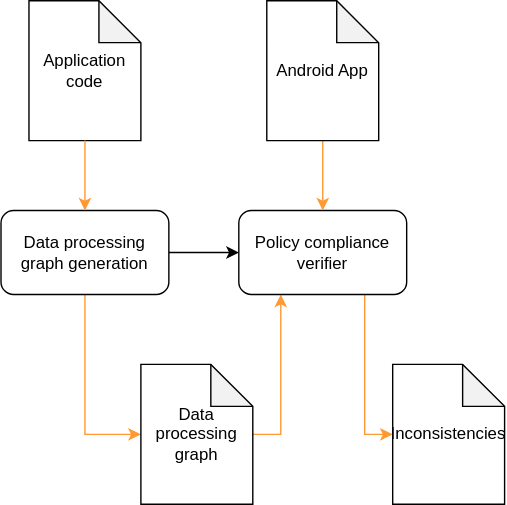
The draw.io diagram Analysis/artifactmodel/visualizsations/approach_visualization/poster__a_systems_approach_to_gdpr_compliance_by_design_in_web_development_stacks.drawio.svg in angrymeir/Evaluating-Contemporary-Approaches-for-Automated-Compliance-Checks-of-Software-intensive-Systems, before a commit. Source tidied: cells renumbered, new cells last; positions are measured from the earlier drawing's top-left corner, leaving out a move shared by most shapes. Source of this version:
```xml
<mxGraphModel>
  <root>
    <mxCell id="0" />
    <mxCell id="1" parent="0" />
    <mxCell id="2" style="edgeStyle=orthogonalEdgeStyle;rounded=0;jettySize=auto;html=1;strokeColor=#FF9933;" parent="1" edge="1" source="4" target="7">
      <mxGeometry relative="1" as="geometry">
        <Array as="points">
          <mxPoint x="60" y="310" />
        </Array>
      </mxGeometry>
    </mxCell>
    <mxCell id="3" style="edgeStyle=orthogonalEdgeStyle;rounded=0;jettySize=auto;html=1;entryX=0;entryY=0.5;entryDx=0;entryDy=0;" parent="1" edge="1" source="4" target="10">
      <mxGeometry relative="1" as="geometry" />
    </mxCell>
    <mxCell id="4" value="Data processing graph generation" style="rounded=1;whiteSpace=wrap;html=1;" parent="1" vertex="1">
      <mxGeometry y="150" width="120" height="60" as="geometry" />
    </mxCell>
    <mxCell id="5" value="Application code" style="shape=note;whiteSpace=wrap;html=1;backgroundOutline=1;darkOpacity=0.05;" parent="1" vertex="1">
      <mxGeometry x="20" width="80" height="100" as="geometry" />
    </mxCell>
    <mxCell id="6" style="edgeStyle=orthogonalEdgeStyle;rounded=0;jettySize=auto;html=1;entryX=0.25;entryY=1;entryDx=0;entryDy=0;strokeColor=#FF9933;" parent="1" edge="1" source="7" target="10">
      <mxGeometry relative="1" as="geometry">
        <Array as="points">
          <mxPoint x="200" y="310" />
        </Array>
      </mxGeometry>
    </mxCell>
    <mxCell id="7" value="Data processing graph" style="shape=note;whiteSpace=wrap;html=1;backgroundOutline=1;darkOpacity=0.05;" parent="1" vertex="1">
      <mxGeometry x="100" y="260" width="80" height="100" as="geometry" />
    </mxCell>
    <mxCell id="8" style="endArrow=classic;html=1;rounded=0;exitX=0.5;exitY=1;exitDx=0;exitDy=0;exitPerimeter=0;edgeStyle=orthogonalEdgeStyle;strokeColor=#FF9933;" parent="1" edge="1" source="5">
      <mxGeometry relative="1" as="geometry">
        <mxPoint x="60" y="150" as="targetPoint" />
      </mxGeometry>
    </mxCell>
    <mxCell id="9" style="edgeStyle=orthogonalEdgeStyle;rounded=0;jettySize=auto;html=1;exitX=0.75;exitY=1;exitDx=0;exitDy=0;entryX=0;entryY=0.5;entryDx=0;entryDy=0;entryPerimeter=0;strokeColor=#FF9933;" parent="1" edge="1" source="10" target="13">
      <mxGeometry relative="1" as="geometry" />
    </mxCell>
    <mxCell id="10" value="Policy compliance verifier" style="rounded=1;whiteSpace=wrap;html=1;" parent="1" vertex="1">
      <mxGeometry x="170" y="150" width="120" height="60" as="geometry" />
    </mxCell>
    <mxCell id="11" style="edgeStyle=orthogonalEdgeStyle;rounded=0;jettySize=auto;html=1;entryX=0.5;entryY=0;entryDx=0;entryDy=0;strokeColor=#FF9933;" parent="1" edge="1" source="12" target="10">
      <mxGeometry relative="1" as="geometry" />
    </mxCell>
    <mxCell id="12" value="Android App" style="shape=note;whiteSpace=wrap;html=1;backgroundOutline=1;darkOpacity=0.05;" parent="1" vertex="1">
      <mxGeometry x="190" width="80" height="100" as="geometry" />
    </mxCell>
    <mxCell id="13" value="Inconsistencies" style="shape=note;whiteSpace=wrap;html=1;backgroundOutline=1;darkOpacity=0.05;" parent="1" vertex="1">
      <mxGeometry x="280" y="260" width="80" height="100" as="geometry" />
    </mxCell>
  </root>
</mxGraphModel>
```
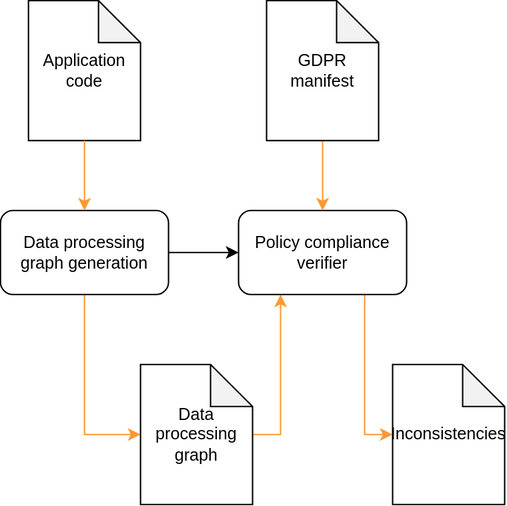
After the change.

What changed in the source:
```diff
@@ -42,7 +42,7 @@
     <mxCell id="11" style="edgeStyle=orthogonalEdgeStyle;rounded=0;jettySize=auto;html=1;entryX=0.5;entryY=0;entryDx=0;entryDy=0;strokeColor=#FF9933;" parent="1" edge="1" source="12" target="10">
       <mxGeometry relative="1" as="geometry" />
     </mxCell>
-    <mxCell id="12" value="Android App" style="shape=note;whiteSpace=wrap;html=1;backgroundOutline=1;darkOpacity=0.05;" parent="1" vertex="1">
+    <mxCell id="12" value="GDPR manifest" style="shape=note;whiteSpace=wrap;html=1;backgroundOutline=1;darkOpacity=0.05;" parent="1" vertex="1">
       <mxGeometry x="190" width="80" height="100" as="geometry" />
     </mxCell>
     <mxCell id="13" value="Inconsistencies" style="shape=note;whiteSpace=wrap;html=1;backgroundOutline=1;darkOpacity=0.05;" parent="1" vertex="1">
```
